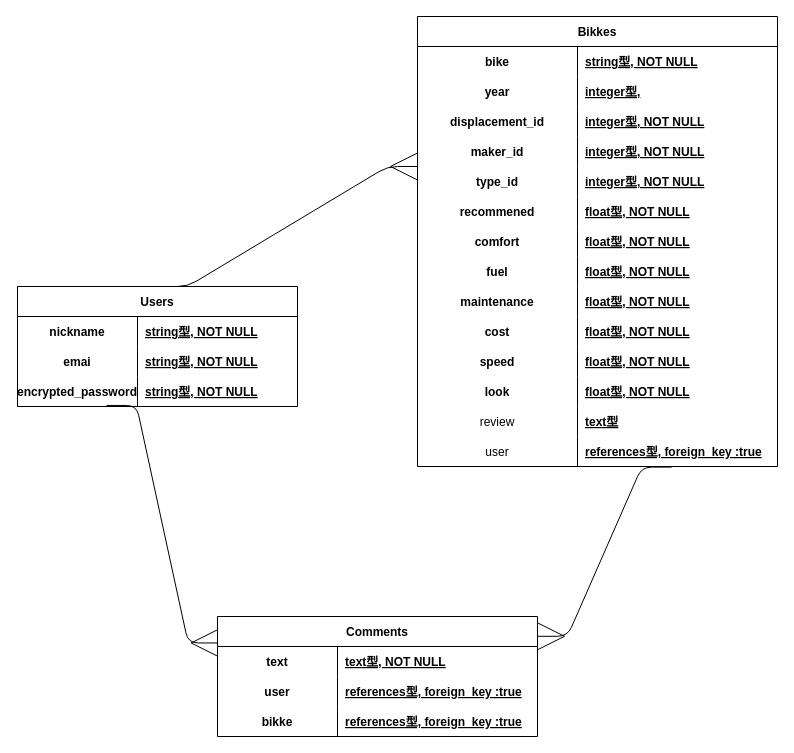
The draw.io diagram database.drawio in Miyayan-k/bikke, before the edit. Source tidied: cells renumbered, new cells numbered last; positions are measured from the earlier drawing's top-left corner, leaving out a move shared by most shapes. Both pictures are drawn from the tidied source at 100%, with x=0, y=0 at pixel (17, 16).
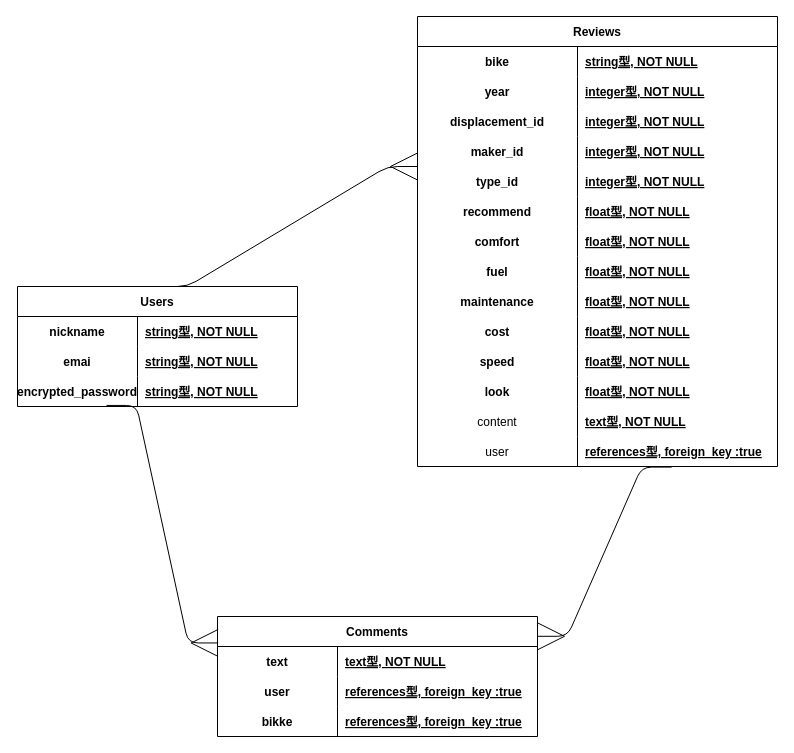
Above is the later version.

The change refers to these unchanged cells:
```xml
<mxCell id="16" style="shape=partialRectangle;fillColor=none;top=0;left=0;bottom=0;right=0;" parent="12" vertex="1">
  <mxGeometry y="60" width="360" height="30" as="geometry" />
</mxCell>
<mxCell id="28" style="shape=partialRectangle;fillColor=none;top=0;left=0;bottom=0;right=0;" parent="12" vertex="1">
  <mxGeometry y="180" width="360" height="30" as="geometry" />
</mxCell>
<mxCell id="49" style="shape=partialRectangle;fillColor=none;top=0;left=0;bottom=0;right=0;" parent="12" vertex="1">
  <mxGeometry y="390" width="360" height="30" as="geometry" />
</mxCell>
```

Diff of the diagram source:
```diff
@@
-    <mxCell id="12" value="Bikkes" style="shape=table;startSize=30;childLayout=tableLayout;rowLines=0;fontStyle=1;align=center;" parent="1" vertex="1">
+    <mxCell id="12" value="Reviews" style="shape=table;startSize=30;childLayout=tableLayout;rowLines=0;fontStyle=1;align=center;" parent="1" vertex="1">
       <mxGeometry x="400" width="360" height="450" as="geometry" />
     </mxCell>
@@
-    <mxCell id="18" value="integer型," style="shape=partialRectangle;fillColor=none;top=0;left=0;bottom=0;right=0;align=left;spacingLeft=6;fontStyle=5;overflow=hidden;" parent="16" vertex="1">
+    <mxCell id="18" value="integer型, NOT NULL" style="shape=partialRectangle;fillColor=none;top=0;left=0;bottom=0;right=0;align=left;spacingLeft=6;fontStyle=5;overflow=hidden;" parent="16" vertex="1">
       <mxGeometry x="160" width="200" height="30" as="geometry" />
     </mxCell>
@@
-    <mxCell id="29" value="recommened" style="shape=partialRectangle;fillColor=none;top=0;left=0;bottom=0;right=0;fontStyle=1;overflow=hidden;" parent="28" vertex="1">
+    <mxCell id="29" value="recommend" style="shape=partialRectangle;fillColor=none;top=0;left=0;bottom=0;right=0;fontStyle=1;overflow=hidden;" parent="28" vertex="1">
       <mxGeometry width="160" height="30" as="geometry" />
     </mxCell>
@@
-    <mxCell id="50" value="review" style="shape=partialRectangle;fillColor=none;top=0;left=0;bottom=0;right=0;overflow=hidden;" parent="49" vertex="1">
+    <mxCell id="50" value="content" style="shape=partialRectangle;fillColor=none;top=0;left=0;bottom=0;right=0;overflow=hidden;" parent="49" vertex="1">
       <mxGeometry width="160" height="30" as="geometry" />
     </mxCell>
-    <mxCell id="51" value="text型" style="shape=partialRectangle;fillColor=none;top=0;left=0;bottom=0;right=0;align=left;spacingLeft=6;overflow=hidden;fontStyle=5;" parent="49" vertex="1">
+    <mxCell id="51" value="text型, NOT NULL" style="shape=partialRectangle;fillColor=none;top=0;left=0;bottom=0;right=0;align=left;spacingLeft=6;overflow=hidden;fontStyle=5;" parent="49" vertex="1">
       <mxGeometry x="160" width="200" height="30" as="geometry" />
     </mxCell>
```
